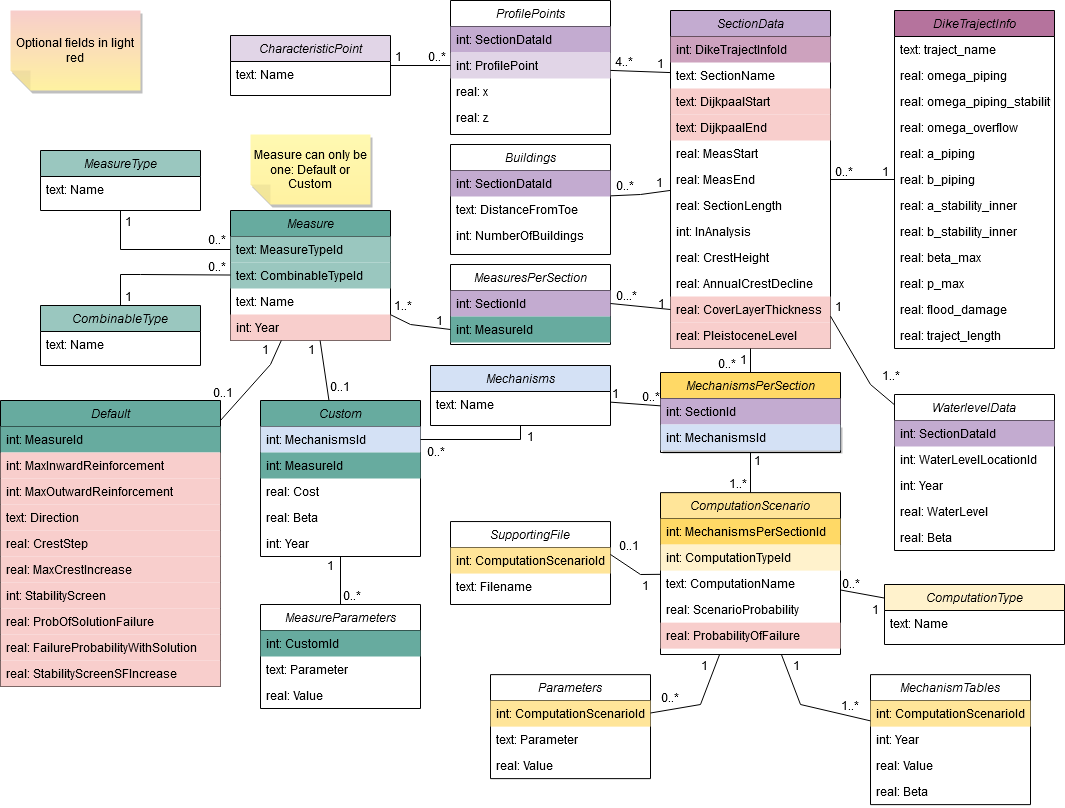
Before: docs/db_diagram/vrtool_sql_input.drawio.png, a diagram exported from draw.io (Deltares/Veiligheidsrendement). Source tidied: cells renumbered, new cells last; positions are measured from the earlier drawing's top-left corner, leaving out a move shared by most shapes.
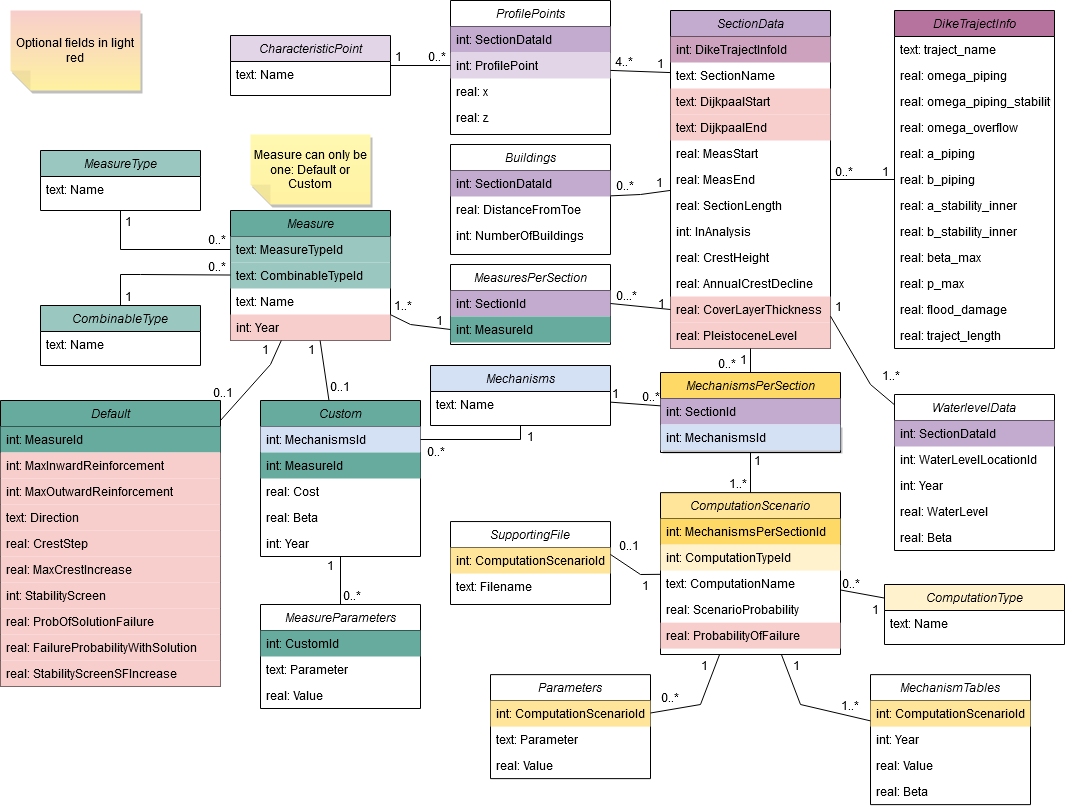
The same diagram one commit later.

Change to the diagram source:
```diff
@@ -47,7 +47,7 @@
     <mxCell id="16" value="int: SectionDataId" style="text;align=left;verticalAlign=top;spacingLeft=4;spacingRight=4;overflow=hidden;fillColor=#C3ABD0;" parent="15" vertex="1">
       <mxGeometry y="26" width="160" height="26" as="geometry" />
     </mxCell>
-    <mxCell id="17" value="text: DistanceFromToe" style="text;align=left;verticalAlign=top;spacingLeft=4;spacingRight=4;overflow=hidden;rounded=0;shadow=0;html=0;" parent="15" vertex="1">
+    <mxCell id="17" value="real: DistanceFromToe" style="text;align=left;verticalAlign=top;spacingLeft=4;spacingRight=4;overflow=hidden;rounded=0;shadow=0;html=0;" parent="15" vertex="1">
       <mxGeometry y="52" width="160" height="26" as="geometry" />
     </mxCell>
     <mxCell id="18" value="int: NumberOfBuildings" style="text;align=left;verticalAlign=top;spacingLeft=4;spacingRight=4;overflow=hidden;rounded=0;shadow=0;html=0;" parent="15" vertex="1">
```
